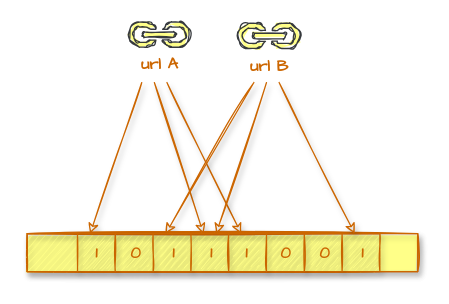
Before: page "bloomfilter" (2 of 3) of res/design.drawio in vincent-scw/mysearchengine, a draw.io diagram. Source tidied: cells renumbered, new cells numbered last; positions are measured from the earlier drawing's top-left corner, leaving out a move shared by most shapes. Both pictures are drawn from the tidied source at 126%, with x=0, y=0 at pixel (26, 21).
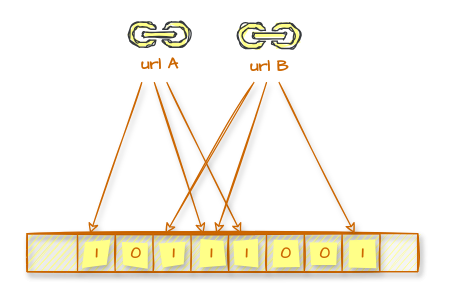
The same page after the edit.

The change refers to these unchanged cells:
```xml
<mxCell id="8" style="group;shadow=1;sketch=1;fillColor=#ffff88;strokeColor=#CC6600;fontColor=#CC6600;fontStyle=1;fontSize=13;" parent="7" vertex="1">
  <mxGeometry width="280" height="30" as="geometry" />
</mxCell>
```

Diff of the diagram source:
```diff
@@
-    <mxCell id="7" style="group;shadow=1;sketch=1;fillColor=#ffff88;strokeColor=#CC6600;fontColor=#CC6600;fontStyle=1;fillStyle=solid;fontSize=13;" parent="1" vertex="1">
+    <mxCell id="7" style="group;shadow=1;sketch=1;fillColor=#ffff88;strokeColor=#CC6600;fontColor=#CC6600;fontStyle=1;fillStyle=auto;fontSize=13;" parent="1" vertex="1">
       <mxGeometry y="168" width="310" height="30" as="geometry" />
     </mxCell>
@@
-    <mxCell id="19" value="1" style="text;html=1;align=center;verticalAlign=middle;fontSize=13;fontFamily=Comic Sans MS;sketch=1;fontStyle=1;shadow=1;fillColor=#ffff88;fontColor=#CC6600;" parent="8" vertex="1">
+    <mxCell id="19" value="1" style="text;html=1;align=center;verticalAlign=middle;fontSize=13;fontFamily=Comic Sans MS;sketch=1;fontStyle=1;shadow=1;fillColor=#ffff88;fontColor=#CC6600;fillStyle=solid;" parent="8" vertex="1">
       <mxGeometry x="45" y="6" width="20" height="20" as="geometry" />
     </mxCell>
-    <mxCell id="20" value="1" style="text;html=1;align=center;verticalAlign=middle;fontSize=13;fontFamily=Comic Sans MS;sketch=1;fontStyle=1;shadow=1;fillColor=#ffff88;fontColor=#CC6600;" parent="8" vertex="1">
+    <mxCell id="20" value="1" style="text;html=1;align=center;verticalAlign=middle;fontSize=13;fontFamily=Comic Sans MS;sketch=1;fontStyle=1;shadow=1;fillColor=#ffff88;fontColor=#CC6600;fillStyle=solid;" parent="8" vertex="1">
       <mxGeometry x="106" y="6" width="20" height="20" as="geometry" />
     </mxCell>
-    <mxCell id="21" value="1" style="text;html=1;align=center;verticalAlign=middle;fontSize=13;fontFamily=Comic Sans MS;sketch=1;fontStyle=1;shadow=1;fillColor=#ffff88;fontColor=#CC6600;" parent="8" vertex="1">
+    <mxCell id="21" value="1" style="text;html=1;align=center;verticalAlign=middle;fontSize=13;fontFamily=Comic Sans MS;sketch=1;fontStyle=1;shadow=1;fillColor=#ffff88;fontColor=#CC6600;fillStyle=solid;" parent="8" vertex="1">
       <mxGeometry x="163.5" y="6" width="20" height="20" as="geometry" />
     </mxCell>
-    <mxCell id="22" value="1" style="text;html=1;align=center;verticalAlign=middle;fontSize=13;fontFamily=Comic Sans MS;sketch=1;fontStyle=1;shadow=1;fillColor=#ffff88;fontColor=#CC6600;" parent="8" vertex="1">
+    <mxCell id="22" value="1" style="text;html=1;align=center;verticalAlign=middle;fontSize=13;fontFamily=Comic Sans MS;sketch=1;fontStyle=1;shadow=1;fillColor=#ffff88;fontColor=#CC6600;fillStyle=solid;" parent="8" vertex="1">
       <mxGeometry x="136" y="6" width="20" height="20" as="geometry" />
     </mxCell>
-    <mxCell id="23" value="0" style="text;html=1;align=center;verticalAlign=middle;fontSize=13;fontFamily=Comic Sans MS;sketch=1;fontStyle=1;shadow=1;fillColor=#ffff88;fontColor=#CC6600;" parent="8" vertex="1">
+    <mxCell id="23" value="0" style="text;html=1;align=center;verticalAlign=middle;fontSize=13;fontFamily=Comic Sans MS;sketch=1;fontStyle=1;shadow=1;fillColor=#ffff88;fontColor=#CC6600;fillStyle=solid;" parent="8" vertex="1">
       <mxGeometry x="76" y="6" width="20" height="20" as="geometry" />
     </mxCell>
-    <mxCell id="24" value="0" style="text;html=1;align=center;verticalAlign=middle;fontSize=13;fontFamily=Comic Sans MS;sketch=1;fontStyle=1;shadow=1;fillColor=#ffff88;fontColor=#CC6600;" parent="8" vertex="1">
+    <mxCell id="24" value="0" style="text;html=1;align=center;verticalAlign=middle;fontSize=13;fontFamily=Comic Sans MS;sketch=1;fontStyle=1;shadow=1;fillColor=#ffff88;fontColor=#CC6600;fillStyle=solid;" parent="8" vertex="1">
       <mxGeometry x="195" y="6" width="20" height="20" as="geometry" />
     </mxCell>
-    <mxCell id="25" value="0" style="text;html=1;align=center;verticalAlign=middle;fontSize=13;fontFamily=Comic Sans MS;sketch=1;fontStyle=1;shadow=1;fillColor=#ffff88;fontColor=#CC6600;" parent="8" vertex="1">
+    <mxCell id="25" value="0" style="text;html=1;align=center;verticalAlign=middle;fontSize=13;fontFamily=Comic Sans MS;sketch=1;fontStyle=1;shadow=1;fillColor=#ffff88;fontColor=#CC6600;fillStyle=solid;" parent="8" vertex="1">
       <mxGeometry x="226" y="6" width="20" height="20" as="geometry" />
     </mxCell>
-    <mxCell id="26" value="1" style="text;html=1;align=center;verticalAlign=middle;fontSize=13;fontFamily=Comic Sans MS;sketch=1;fontStyle=1;shadow=1;fillColor=#ffff88;fontColor=#CC6600;" parent="8" vertex="1">
+    <mxCell id="26" value="1" style="text;html=1;align=center;verticalAlign=middle;fontSize=13;fontFamily=Comic Sans MS;sketch=1;fontStyle=1;shadow=1;fillColor=#ffff88;fontColor=#CC6600;fillStyle=solid;" parent="8" vertex="1">
       <mxGeometry x="256" y="6" width="20" height="20" as="geometry" />
     </mxCell>
```
